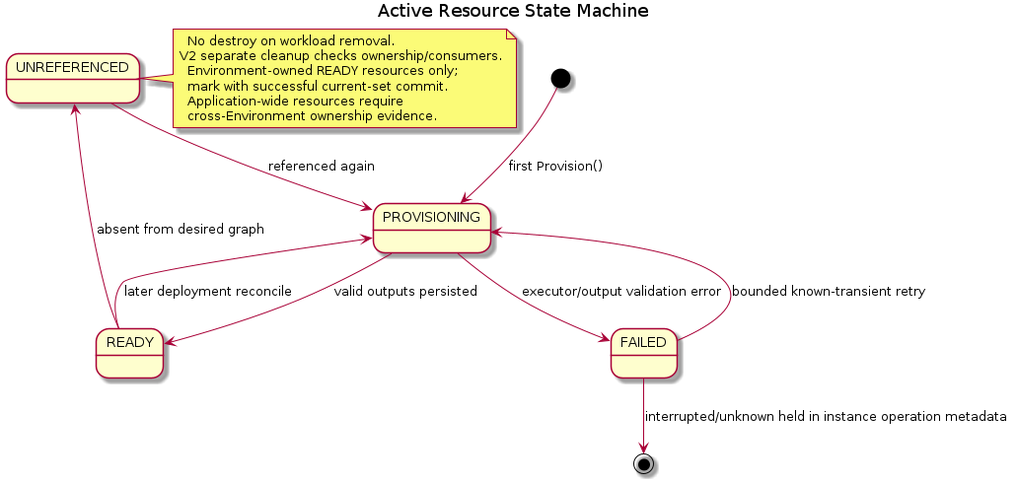
pr3s3nt/poc keeps this PlantUML diagram as orchestrator_docs/architecture/state-machines/active-resource.png. Above is the earlier version. Its source is kept beside it as orchestrator_docs/architecture/state-machines/active-resource.puml.
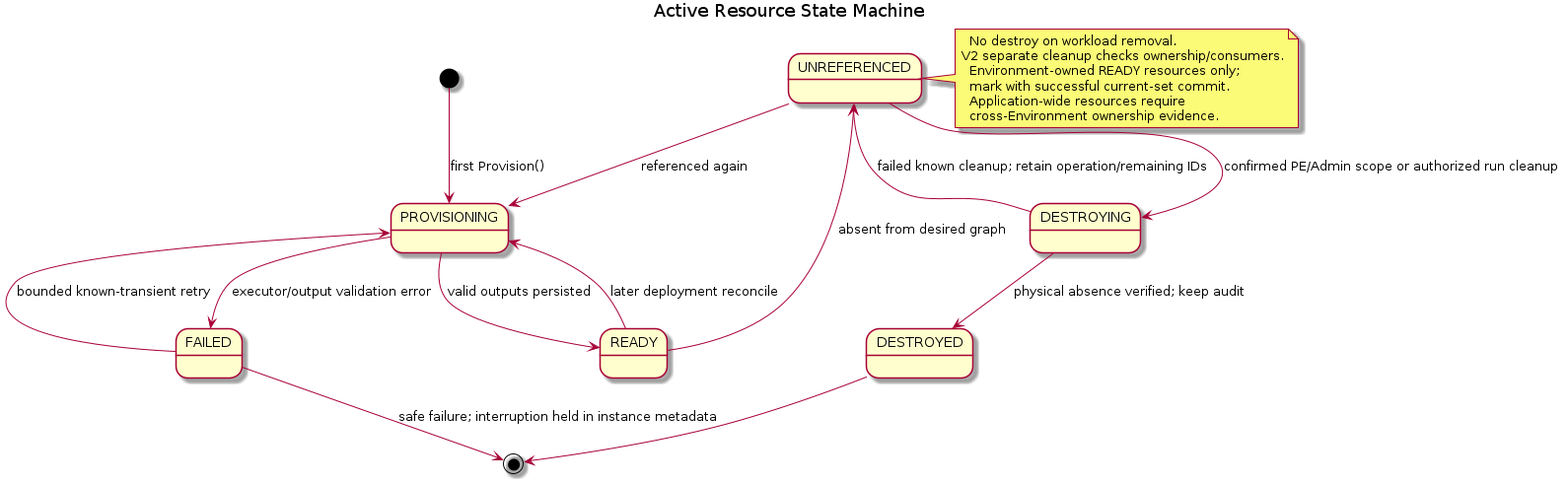
Later version of the same file.

Diff of the diagram source:
```diff
@@ -7,7 +7,11 @@
 UNREFERENCED --> PROVISIONING : referenced again
 PROVISIONING --> FAILED : executor/output validation error
 FAILED --> PROVISIONING : bounded known-transient retry
-FAILED --> [*] : interrupted/unknown held in instance operation metadata
+FAILED --> [*] : safe failure; interruption held in instance metadata
+UNREFERENCED --> DESTROYING : confirmed PE/Admin scope or authorized run cleanup
+DESTROYING --> DESTROYED : physical absence verified; keep audit
+DESTROYING --> UNREFERENCED : failed known cleanup; retain operation/remaining IDs
+DESTROYED --> [*]
 note right of UNREFERENCED
   No destroy on workload removal.
 V2 separate cleanup checks ownership/consumers.
```
